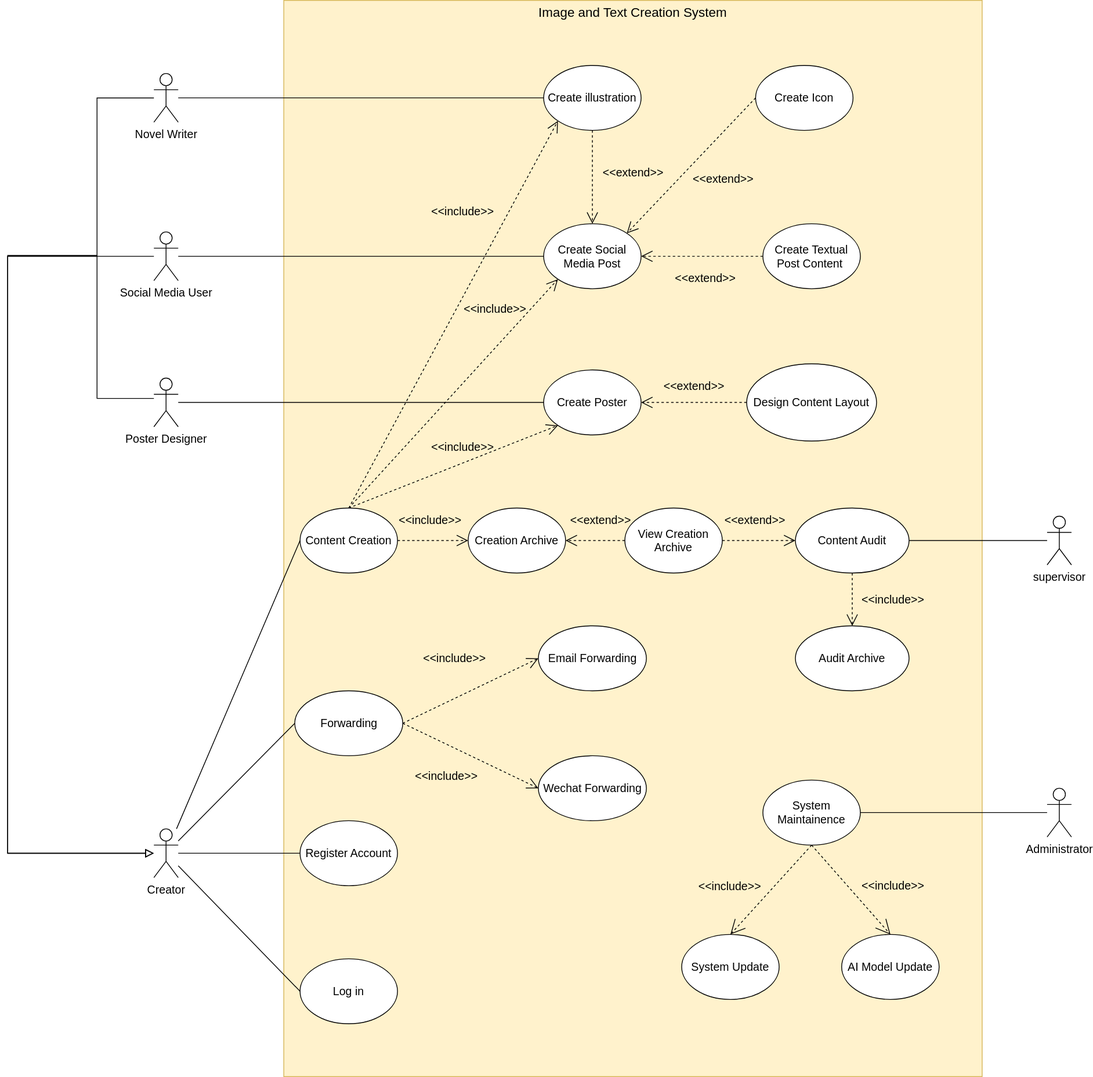
Before: Documentation/Use case diagram/use case diagram 20230915.svg, a diagram exported from draw.io (Darrenchenn/Model-based-software-design). Source tidied: cells renumbered, new cells last; positions are measured from the earlier drawing's top-left corner, leaving out a move shared by most shapes.
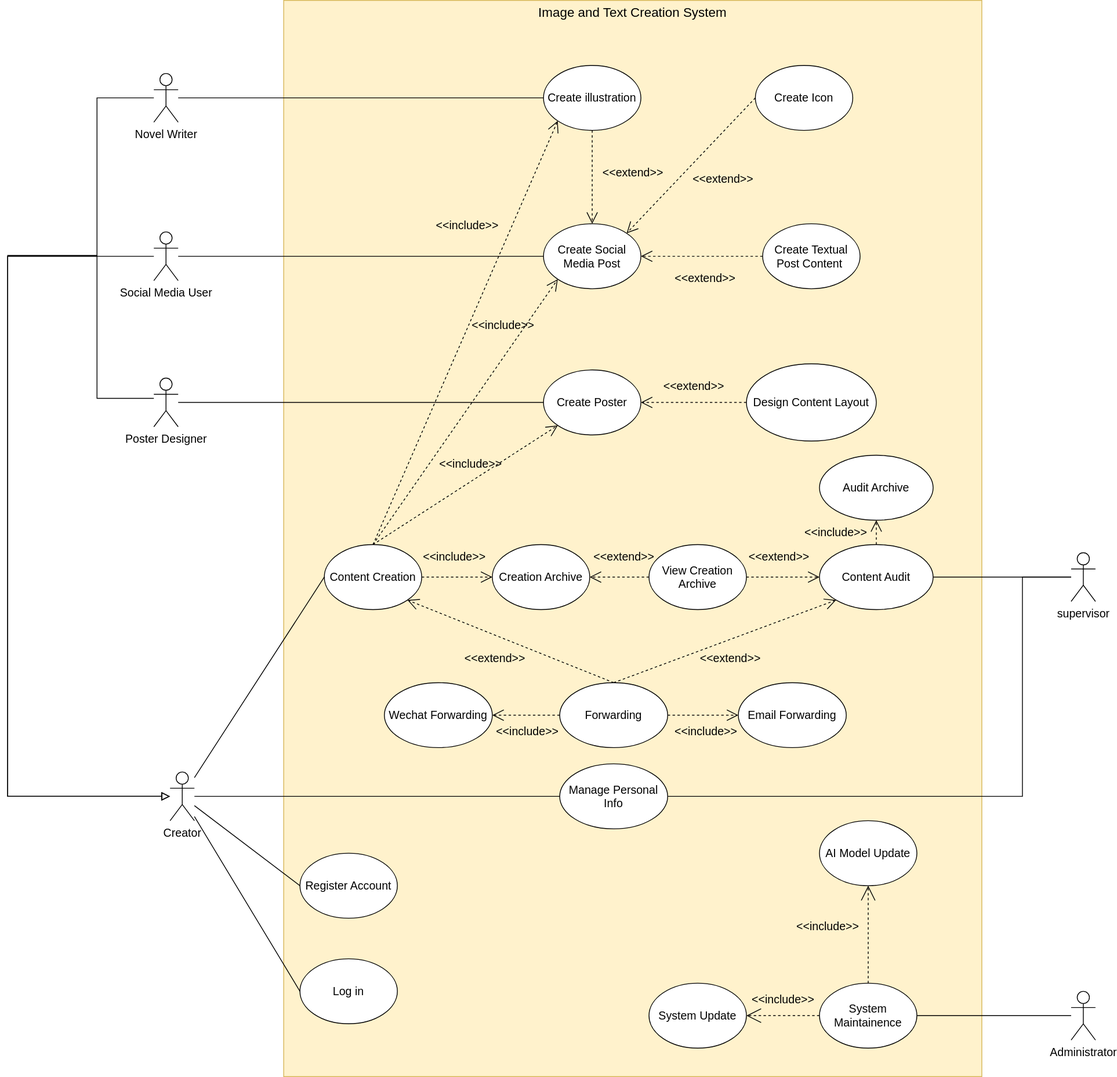
After the commit.

Commit message:
update use case diagram

Change to the diagram source:
```diff
@@ -15,13 +15,13 @@
       <mxGeometry x="660" y="80" width="120" height="80" as="geometry" />
     </mxCell>
     <mxCell id="6" value="View Creation Archive" style="ellipse;whiteSpace=wrap;html=1;fontSize=14;" parent="1" vertex="1">
-      <mxGeometry x="760" y="625" width="120" height="80" as="geometry" />
+      <mxGeometry x="790" y="670" width="120" height="80" as="geometry" />
     </mxCell>
     <mxCell id="7" value="Log in" style="ellipse;whiteSpace=wrap;html=1;fontSize=14;" parent="1" vertex="1">
       <mxGeometry x="360" y="1180" width="120" height="80" as="geometry" />
     </mxCell>
     <mxCell id="8" value="Register Account" style="ellipse;whiteSpace=wrap;html=1;fontSize=14;" parent="1" vertex="1">
-      <mxGeometry x="360" y="1010" width="120" height="80" as="geometry" />
+      <mxGeometry x="360" y="1050" width="120" height="80" as="geometry" />
     </mxCell>
     <mxCell id="9" style="edgeStyle=orthogonalEdgeStyle;rounded=0;jettySize=auto;html=1;entryX=0;entryY=0.5;entryDx=0;entryDy=0;endArrow=none;endFill=0;" parent="1" edge="1" source="13" target="14">
       <mxGeometry relative="1" as="geometry" />
@@ -48,33 +48,31 @@
       <mxGeometry x="910" y="447.5" width="160" height="95" as="geometry" />
     </mxCell>
     <mxCell id="17" value="supervisor" style="shape=umlActor;verticalLabelPosition=bottom;verticalAlign=top;html=1;outlineConnect=0;fontSize=14;" parent="1" vertex="1">
-      <mxGeometry x="1280" y="635" width="30" height="60" as="geometry" />
+      <mxGeometry x="1310" y="680" width="30" height="60" as="geometry" />
     </mxCell>
     <mxCell id="18" value="Administrator" style="shape=umlActor;verticalLabelPosition=bottom;verticalAlign=top;html=1;outlineConnect=0;fontSize=14;" parent="1" vertex="1">
-      <mxGeometry x="1280" y="970" width="30" height="60" as="geometry" />
+      <mxGeometry x="1310" y="1220" width="30" height="60" as="geometry" />
     </mxCell>
     <mxCell id="19" value="Forwarding" style="ellipse;whiteSpace=wrap;html=1;fontSize=14;" parent="1" vertex="1">
-      <mxGeometry x="353.5" y="850" width="133" height="80" as="geometry" />
+      <mxGeometry x="680" y="840" width="133" height="80" as="geometry" />
     </mxCell>
     <mxCell id="20" value="Audit Archive" style="ellipse;whiteSpace=wrap;html=1;fontSize=14;" parent="1" vertex="1">
-      <mxGeometry x="970" y="770" width="140" height="80" as="geometry" />
+      <mxGeometry x="1000" y="560" width="140" height="80" as="geometry" />
     </mxCell>
     <mxCell id="21" value="System Maintainence" style="ellipse;whiteSpace=wrap;html=1;fontSize=14;" parent="1" vertex="1">
-      <mxGeometry x="930" y="960" width="120" height="80" as="geometry" />
+      <mxGeometry x="1000" y="1210" width="120" height="80" as="geometry" />
     </mxCell>
     <mxCell id="22" value="System Update" style="ellipse;whiteSpace=wrap;html=1;fontSize=14;" parent="1" vertex="1">
-      <mxGeometry x="830" y="1150" width="120" height="80" as="geometry" />
+      <mxGeometry x="790" y="1210" width="120" height="80" as="geometry" />
     </mxCell>
     <mxCell id="23" value="AI Model Update" style="ellipse;whiteSpace=wrap;html=1;fontSize=14;" parent="1" vertex="1">
-      <mxGeometry x="1027" y="1150" width="120" height="80" as="geometry" />
+      <mxGeometry x="1000" y="1010" width="120" height="80" as="geometry" />
     </mxCell>
-    <mxCell id="24" value="&amp;lt;&amp;lt;include&amp;gt;&amp;gt;" style="endArrow=open;endSize=16;endFill=0;html=1;rounded=0;exitX=0.5;exitY=1;exitDx=0;exitDy=0;entryX=0.5;entryY=0;entryDx=0;entryDy=0;dashed=1;labelBorderColor=none;labelBackgroundColor=none;fontSize=14;" parent="1" edge="1" source="21" target="22">
-      <mxGeometry x="0.4" y="-40" relative="1" as="geometry">
-        <mxPoint x="-1" as="offset" />
-      </mxGeometry>
+    <mxCell id="24" value="&amp;lt;&amp;lt;include&amp;gt;&amp;gt;" style="endArrow=open;endSize=16;endFill=0;html=1;rounded=0;exitX=0;exitY=0.5;exitDx=0;exitDy=0;entryX=1;entryY=0.5;entryDx=0;entryDy=0;dashed=1;labelBorderColor=none;labelBackgroundColor=none;fontSize=14;" parent="1" edge="1" source="21" target="22">
+      <mxGeometry y="-20" relative="1" as="geometry" />
     </mxCell>
-    <mxCell id="25" value="&amp;lt;&amp;lt;include&amp;gt;&amp;gt;" style="endArrow=open;endSize=16;endFill=0;html=1;rounded=0;exitX=0.5;exitY=1;exitDx=0;exitDy=0;entryX=0.5;entryY=0;entryDx=0;entryDy=0;dashed=1;labelBackgroundColor=none;fontSize=14;" parent="1" edge="1" source="21" target="23">
-      <mxGeometry x="0.41" y="42" relative="1" as="geometry" />
+    <mxCell id="25" value="&amp;lt;&amp;lt;include&amp;gt;&amp;gt;" style="endArrow=open;endSize=16;endFill=0;html=1;rounded=0;exitX=0.5;exitY=0;exitDx=0;exitDy=0;dashed=1;labelBackgroundColor=none;fontSize=14;entryX=0.5;entryY=1;entryDx=0;entryDy=0;" parent="1" edge="1" source="21" target="23">
+      <mxGeometry x="0.17" y="50" relative="1" as="geometry" />
     </mxCell>
     <mxCell id="26" style="endArrow=none;html=1;rounded=0;exitX=1;exitY=0.5;exitDx=0;exitDy=0;fontSize=14;" parent="1" edge="1" source="21" target="18">
       <mxGeometry relative="1" as="geometry" />
@@ -91,34 +89,31 @@
       <mxGeometry relative="1" as="geometry" />
     </mxCell>
     <mxCell id="30" value="Content Audit" style="ellipse;whiteSpace=wrap;html=1;fontSize=14;" parent="1" vertex="1">
-      <mxGeometry x="970" y="625" width="140" height="80" as="geometry" />
+      <mxGeometry x="1000" y="670" width="140" height="80" as="geometry" />
     </mxCell>
-    <mxCell id="31" value="&amp;lt;&amp;lt;include&amp;gt;&amp;gt;" style="endArrow=open;endSize=12;dashed=1;html=1;rounded=0;exitX=0.5;exitY=1;exitDx=0;exitDy=0;fontSize=14;labelBackgroundColor=none;entryX=0.5;entryY=0;entryDx=0;entryDy=0;startArrow=none;startFill=0;endFill=0;" parent="1" edge="1" source="30" target="20">
+    <mxCell id="31" value="&amp;lt;&amp;lt;include&amp;gt;&amp;gt;" style="endArrow=open;endSize=12;dashed=1;html=1;rounded=0;exitX=0.5;exitY=0;exitDx=0;exitDy=0;fontSize=14;labelBackgroundColor=none;entryX=0.5;entryY=1;entryDx=0;entryDy=0;startArrow=none;startFill=0;endFill=0;" parent="1" edge="1" source="30" target="20">
       <mxGeometry y="50" relative="1" as="geometry" />
     </mxCell>
     <mxCell id="32" value="Wechat Forwarding" style="ellipse;whiteSpace=wrap;html=1;fontSize=14;" parent="1" vertex="1">
-      <mxGeometry x="653.5" y="930" width="133" height="80" as="geometry" />
+      <mxGeometry x="464" y="840" width="133" height="80" as="geometry" />
     </mxCell>
     <mxCell id="33" value="Email Forwarding" style="ellipse;whiteSpace=wrap;html=1;fontSize=14;" parent="1" vertex="1">
-      <mxGeometry x="653.5" y="770" width="133" height="80" as="geometry" />
+      <mxGeometry x="900" y="840" width="133" height="80" as="geometry" />
     </mxCell>
     <mxCell id="34" value="&amp;lt;&amp;lt;include&amp;gt;&amp;gt;" style="endArrow=open;endSize=12;dashed=1;html=1;rounded=0;exitX=1;exitY=0.5;exitDx=0;exitDy=0;entryX=0;entryY=0.5;entryDx=0;entryDy=0;labelBackgroundColor=none;fontSize=14;" parent="1" edge="1" source="19" target="33">
-      <mxGeometry x="-0.01" y="45" relative="1" as="geometry" />
+      <mxGeometry x="0.1" y="-20" relative="1" as="geometry">
+        <mxPoint x="-1" as="offset" />
+      </mxGeometry>
     </mxCell>
-    <mxCell id="35" value="&amp;lt;&amp;lt;include&amp;gt;&amp;gt;" style="endArrow=open;endSize=12;dashed=1;html=1;rounded=0;exitX=1;exitY=0.5;exitDx=0;exitDy=0;entryX=0;entryY=0.5;entryDx=0;entryDy=0;labelBackgroundColor=none;fontSize=14;" parent="1" edge="1" source="19" target="32">
-      <mxGeometry x="-0.16" y="-35" relative="1" as="geometry">
-        <mxPoint x="-1" as="offset" />
-      </mxGeometry>
+    <mxCell id="35" value="&amp;lt;&amp;lt;include&amp;gt;&amp;gt;" style="endArrow=open;endSize=12;dashed=1;html=1;rounded=0;exitX=0;exitY=0.5;exitDx=0;exitDy=0;labelBackgroundColor=none;fontSize=14;entryX=1;entryY=0.5;entryDx=0;entryDy=0;" parent="1" edge="1" source="19" target="32">
+      <mxGeometry x="-0.04" y="20" relative="1" as="geometry" />
     </mxCell>
     <mxCell id="36" value="&amp;lt;&amp;lt;extend&amp;gt;&amp;gt;" style="endArrow=open;endSize=12;dashed=1;html=1;rounded=0;exitX=1;exitY=0.5;exitDx=0;exitDy=0;entryX=0;entryY=0.5;entryDx=0;entryDy=0;fontSize=14;labelBackgroundColor=none;startArrow=none;startFill=0;endFill=0;" parent="1" edge="1" source="6" target="30">
       <mxGeometry x="-0.11" y="25" relative="1" as="geometry" />
     </mxCell>
     <mxCell id="37" value="Creator" style="shape=umlActor;verticalLabelPosition=bottom;verticalAlign=top;html=1;fontSize=14;" parent="1" vertex="1">
-      <mxGeometry x="180" y="1020" width="30" height="60" as="geometry" />
+      <mxGeometry x="200" y="950" width="30" height="60" as="geometry" />
     </mxCell>
-    <mxCell id="38" style="endArrow=none;html=1;rounded=0;entryX=0;entryY=0.5;entryDx=0;entryDy=0;endFill=0;" parent="1" edge="1" source="37" target="19">
-      <mxGeometry relative="1" as="geometry" />
-    </mxCell>
     <mxCell id="39" style="endArrow=none;html=1;rounded=0;entryX=0;entryY=0.5;entryDx=0;entryDy=0;endFill=0;" parent="1" edge="1" source="37" target="8">
       <mxGeometry relative="1" as="geometry" />
     </mxCell>
@@ -126,10 +121,10 @@
       <mxGeometry relative="1" as="geometry" />
     </mxCell>
     <mxCell id="41" value="Content Creation" style="ellipse;whiteSpace=wrap;html=1;fontSize=14;" parent="1" vertex="1">
-      <mxGeometry x="360" y="625" width="120" height="80" as="geometry" />
+      <mxGeometry x="390" y="670" width="120" height="80" as="geometry" />
     </mxCell>
     <mxCell id="42" value="&amp;lt;&amp;lt;include&amp;gt;&amp;gt;" style="endArrow=open;endSize=12;dashed=1;html=1;rounded=0;exitX=0.5;exitY=0;exitDx=0;exitDy=0;fontSize=14;labelBackgroundColor=none;entryX=0;entryY=1;entryDx=0;entryDy=0;" parent="1" edge="1" source="41" target="14">
-      <mxGeometry x="0.58" y="32" relative="1" as="geometry" />
+      <mxGeometry x="0.57" y="23" relative="1" as="geometry" />
     </mxCell>
     <mxCell id="43" value="&amp;lt;&amp;lt;include&amp;gt;&amp;gt;" style="endArrow=open;endSize=12;dashed=1;html=1;rounded=0;exitX=0.5;exitY=0;exitDx=0;exitDy=0;fontSize=14;labelBackgroundColor=none;entryX=0;entryY=1;entryDx=0;entryDy=0;" parent="1" edge="1" source="41" target="5">
       <mxGeometry x="0.43" y="50" relative="1" as="geometry">
@@ -157,7 +152,7 @@
       <mxGeometry relative="1" as="geometry" />
     </mxCell>
     <mxCell id="50" value="Creation Archive" style="ellipse;whiteSpace=wrap;html=1;fontSize=14;" parent="1" vertex="1">
-      <mxGeometry x="567" y="625" width="120" height="80" as="geometry" />
+      <mxGeometry x="597" y="670" width="120" height="80" as="geometry" />
     </mxCell>
     <mxCell id="51" value="&amp;lt;&amp;lt;extend&amp;gt;&amp;gt;" style="endArrow=open;endSize=12;dashed=1;html=1;rounded=0;exitX=0;exitY=0.5;exitDx=0;exitDy=0;entryX=1;entryY=0.5;entryDx=0;entryDy=0;fontSize=14;labelBackgroundColor=none;startArrow=none;startFill=0;endFill=0;" parent="1" edge="1" source="6" target="50">
       <mxGeometry x="-0.18" y="-25" relative="1" as="geometry">
@@ -180,7 +175,7 @@
           <mxPoint x="110" y="120" />
           <mxPoint x="110" y="315" />
           <mxPoint y="315" />
-          <mxPoint y="1050" />
+          <mxPoint y="980" />
         </Array>
       </mxGeometry>
     </mxCell>
@@ -190,9 +185,29 @@
           <mxPoint x="110" y="490" />
           <mxPoint x="110" y="314" />
           <mxPoint y="314" />
-          <mxPoint y="1050" />
+          <mxPoint y="980" />
         </Array>
       </mxGeometry>
     </mxCell>
+    <mxCell id="56" value="Manage Personal Info" style="ellipse;whiteSpace=wrap;html=1;fontSize=14;" parent="1" vertex="1">
+      <mxGeometry x="680" y="940" width="133" height="80" as="geometry" />
+    </mxCell>
+    <mxCell id="57" style="endArrow=none;html=1;rounded=0;entryX=0;entryY=0.5;entryDx=0;entryDy=0;endFill=0;" parent="1" edge="1" source="37" target="56">
+      <mxGeometry relative="1" as="geometry" />
+    </mxCell>
+    <mxCell id="58" value="&amp;lt;&amp;lt;extend&amp;gt;&amp;gt;" style="endArrow=open;endSize=12;dashed=1;html=1;rounded=0;exitX=0.5;exitY=0;exitDx=0;exitDy=0;labelBackgroundColor=none;fontSize=14;entryX=1;entryY=1;entryDx=0;entryDy=0;" parent="1" edge="1" source="19" target="41">
+      <mxGeometry x="0.08" y="27" relative="1" as="geometry" />
+    </mxCell>
+    <mxCell id="59" value="&amp;lt;&amp;lt;extend&amp;gt;&amp;gt;" style="endArrow=open;endSize=12;dashed=1;html=1;rounded=0;exitX=0.5;exitY=0;exitDx=0;exitDy=0;labelBackgroundColor=none;fontSize=14;entryX=0;entryY=1;entryDx=0;entryDy=0;" parent="1" edge="1" source="19" target="30">
+      <mxGeometry x="-0.01" y="-22" relative="1" as="geometry" />
+    </mxCell>
+    <mxCell id="60" style="edgeStyle=orthogonalEdgeStyle;endArrow=none;html=1;rounded=0;endSize=8;startSize=8;exitX=1;exitY=0.5;exitDx=0;exitDy=0;endFill=0;" parent="1" edge="1" source="56" target="17">
+      <mxGeometry relative="1" as="geometry">
+        <Array as="points">
+          <mxPoint x="1250" y="980" />
+          <mxPoint x="1250" y="710" />
+        </Array>
+      </mxGeometry>
+    </mxCell>
   </root>
 </mxGraphModel>
```
